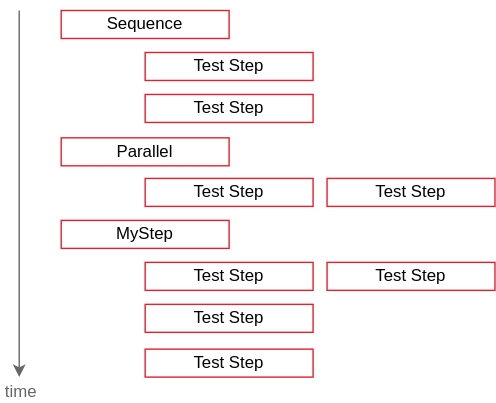
Earlier version of the draw.io export doc/User Guide/Introduction/Flow.svg (opentap/opentap). Source tidied: cells renumbered, new cells last; positions are measured from the earlier drawing's top-left corner, leaving out a move shared by most shapes.
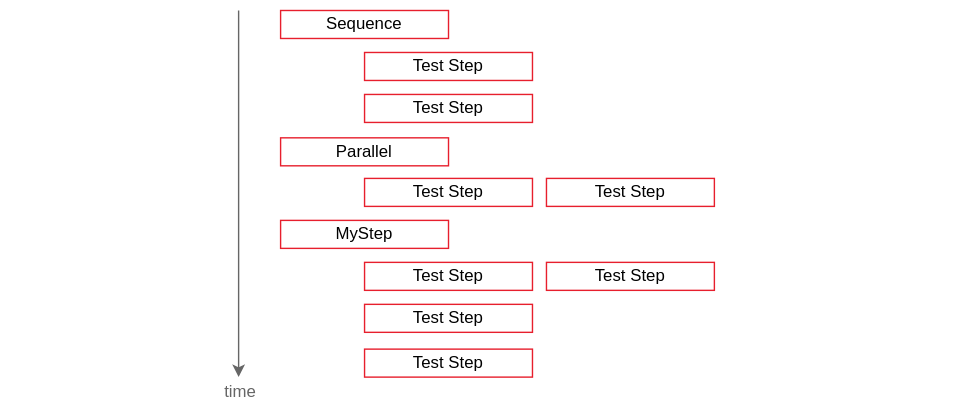
Above is the later version.

Diff of the diagram source:
```diff
@@ -46,5 +46,8 @@
         <mxPoint x="2" y="80.3" as="offset" />
       </mxGeometry>
     </mxCell>
+    <mxCell id="15" style="rounded=0;whiteSpace=wrap;html=1;strokeColor=none;fillColor=none;" parent="1" vertex="1">
+      <mxGeometry x="-170" y="110" width="679.7" height="40" as="geometry" />
+    </mxCell>
   </root>
 </mxGraphModel>
```
